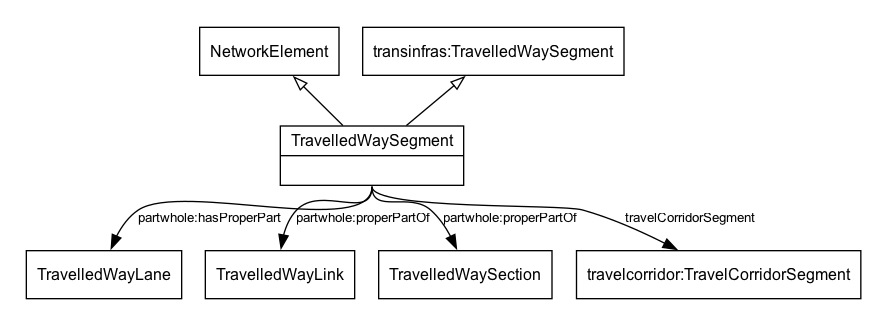
Before: docs/diagrams/TravelledWaySegment.png, a diagram exported from Graphviz (k-vaughn/5087). Its source is kept beside it as docs/diagrams/TravelledWaySegment.dot.
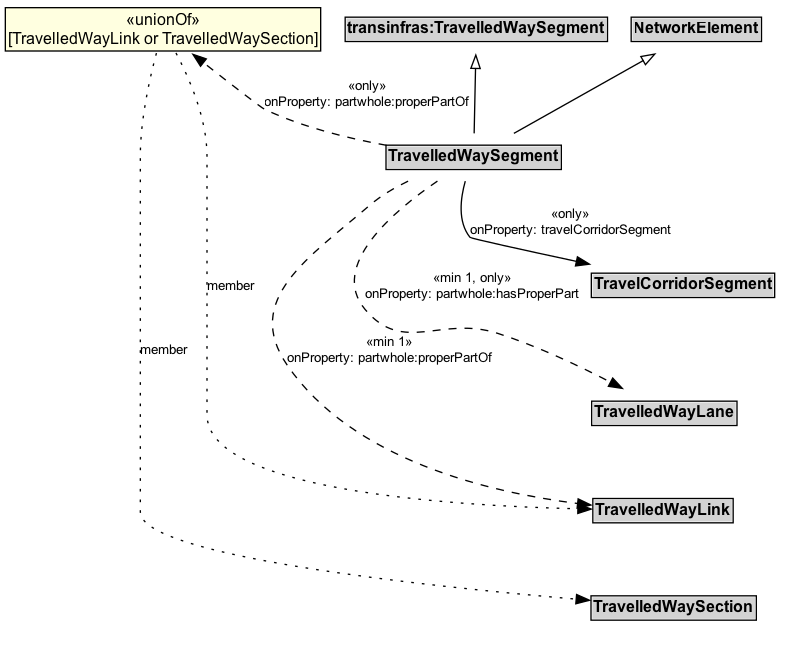
After the commit.

What changed in the source:
```diff
@@ -1,27 +1,33 @@
 digraph {
-	graph [overlap=false splines=true]
-	node [fontname=Arial fontsize=12 shape=record]
+	graph [overlap=false rankdir=TB splines=true]
+	node [fontname=Arial fontsize=12 margin=0 shape=none]
 	edge [fontname=Arial fontsize=10]
-	subgraph cluster_main {
-		rankdir=TB style=invis
-		NetworkElement [label=NetworkElement]
-		transinfras_TravelledWaySegment [label="transinfras:TravelledWaySegment"]
-		{
-			rank=max
-			TravelledWaySegment [label="{TravelledWaySegment|}"]
-		}
-		TravelledWaySegment -> NetworkElement [arrowhead=onormal style=solid]
-		TravelledWaySegment -> transinfras_TravelledWaySegment [arrowhead=onormal style=solid]
+	NetworkElement [label=<<TABLE BORDER="1" CELLBORDER="0" CELLSPACING="0" CELLPADDING="1"><TR><TD BGCOLOR="lightgray" ALIGN="CENTER"><B>NetworkElement</B></TD></TR></TABLE>> margin=0]
+	transinfras_TravelledWaySegment [label=<<TABLE BORDER="1" CELLBORDER="0" CELLSPACING="0" CELLPADDING="1"><TR><TD BGCOLOR="lightgray" ALIGN="CENTER"><B>transinfras:TravelledWaySegment</B></TD></TR></TABLE>> margin=0]
+	{
+		rank=max
+		TravelledWaySegment [label=<<TABLE BORDER="1" CELLBORDER="0" CELLSPACING="0" CELLPADDING="1"><TR><TD BGCOLOR="lightgray" ALIGN="CENTER" PORT="e"><B>TravelledWaySegment</B></TD></TR></TABLE>> margin=0]
 	}
-	subgraph cluster_others {
-		style=invis
-		TravelledWayLane [label=TravelledWayLane]
-		TravelledWayLink [label=TravelledWayLink]
-		TravelledWaySection [label=TravelledWaySection]
-		travelcorridor_TravelCorridorSegment [label="travelcorridor:TravelCorridorSegment"]
+	subgraph cluster_associated {
+		label="" style=invis
+		Invis [label=<<TABLE BORDER="0" CELLBORDER="0" CELLSPACING="0" CELLPADDING="1"><TR><TD></TD></TR></TABLE>> margin=0 style=invis]
+		TravelCorridorSegment [label=<<TABLE BORDER="1" CELLBORDER="0" CELLSPACING="0" CELLPADDING="1"><TR><TD BGCOLOR="lightgray" ALIGN="CENTER"><B>TravelCorridorSegment</B></TD></TR></TABLE>> margin=0]
+		TravelledWayLane [label=<<TABLE BORDER="1" CELLBORDER="0" CELLSPACING="0" CELLPADDING="1"><TR><TD BGCOLOR="lightgray" ALIGN="CENTER"><B>TravelledWayLane</B></TD></TR></TABLE>> margin=0]
+		TravelledWayLink [label=<<TABLE BORDER="1" CELLBORDER="0" CELLSPACING="0" CELLPADDING="1"><TR><TD BGCOLOR="lightgray" ALIGN="CENTER"><B>TravelledWayLink</B></TD></TR></TABLE>> margin=0]
+		TravelledWaySection [label=<<TABLE BORDER="1" CELLBORDER="0" CELLSPACING="0" CELLPADDING="1"><TR><TD BGCOLOR="lightgray" ALIGN="CENTER"><B>TravelledWaySection</B></TD></TR></TABLE>> margin=0]
 	}
-	TravelledWaySegment:s -> travelcorridor_TravelCorridorSegment [label=travelCorridorSegment]
-	TravelledWaySegment:s -> TravelledWaySection [label="partwhole:properPartOf"]
-	TravelledWaySegment:s -> TravelledWayLane [label="partwhole:hasProperPart"]
-	TravelledWaySegment:s -> TravelledWayLink [label="partwhole:properPartOf"]
+	TravelledWaySegment -> NetworkElement [arrowhead=onormal style=solid]
+	TravelledWaySegment -> transinfras_TravelledWaySegment [arrowhead=onormal style=solid]
+	TravelledWaySegment -> Invis [style=invis]
+	Invis -> TravelCorridorSegment [style=invis]
+	TravelCorridorSegment -> TravelledWayLane [style=invis]
+	TravelledWayLane -> TravelledWayLink [style=invis]
+	TravelledWayLink -> TravelledWaySection [style=invis]
+	TravelledWaySegment -> TravelCorridorSegment [label="«only»\nonProperty: travelCorridorSegment" arrowhead=normal style=solid]
+	TravelledWaySegment -> TravelledWayLane [label="«min 1, only»\nonProperty: partwhole:hasProperPart" arrowhead=normal style=dashed]
+	Union_partwhole_properPartOf [label=<<TABLE BORDER="1" CELLBORDER="0" CELLSPACING="0" CELLPADDING="1" BGCOLOR="lightyellow"><TR><TD ALIGN="CENTER">«unionOf»<BR/>[TravelledWayLink or TravelledWaySection]</TD></TR></TABLE>> margin=0]
+	Union_partwhole_properPartOf -> TravelledWayLink [label=member arrowhead=normal style=dotted]
+	Union_partwhole_properPartOf -> TravelledWaySection [label=member arrowhead=normal style=dotted]
+	TravelledWaySegment -> Union_partwhole_properPartOf [label="«only»\nonProperty: partwhole:properPartOf" arrowhead=normal style=dashed]
+	TravelledWaySegment -> TravelledWayLink [label="«min 1»\nonProperty: partwhole:properPartOf" arrowhead=normal style=dashed]
 }
```
